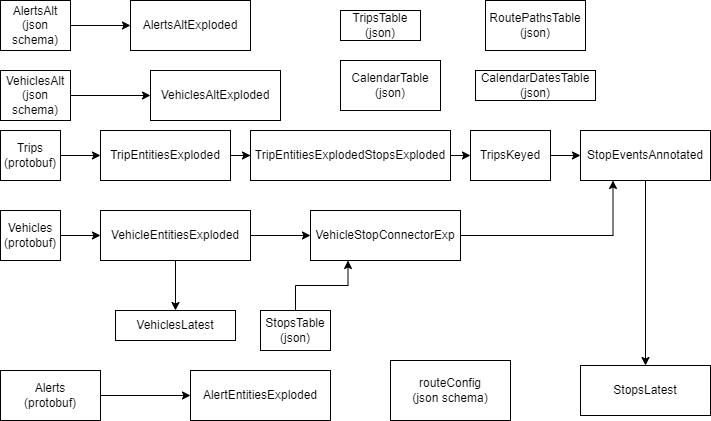
Before: Documentation/imgs/transportation_hub_streaming_etl.png, a diagram exported from draw.io (ResourceDataInc/TransportationHub). Source tidied: cells renumbered, new cells last; positions are measured from the earlier drawing's top-left corner, leaving out a move shared by most shapes.
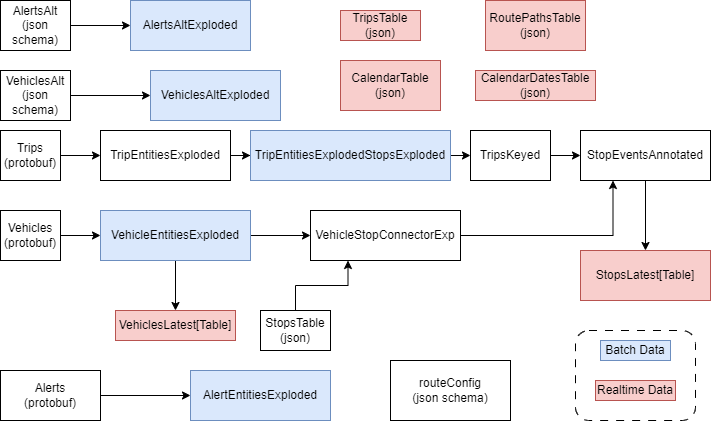
The same diagram one commit later.

Commit message:
update tables with legend

What changed in the source:
```diff
@@ -32,7 +32,7 @@
     <mxCell id="11" style="edgeStyle=orthogonalEdgeStyle;rounded=0;jettySize=auto;html=1;exitX=0.5;exitY=1;exitDx=0;exitDy=0;entryX=0.5;entryY=0;entryDx=0;entryDy=0;" parent="1" edge="1" source="12" target="36">
       <mxGeometry relative="1" as="geometry" />
     </mxCell>
-    <mxCell id="12" value="VehicleEntitiesExploded" style="rounded=0;whiteSpace=wrap;html=1;" parent="1" vertex="1">
+    <mxCell id="12" value="VehicleEntitiesExploded" style="rounded=0;whiteSpace=wrap;html=1;fillColor=#dae8fc;strokeColor=#6c8ebf;" parent="1" vertex="1">
       <mxGeometry x="100" y="210" width="150" height="50" as="geometry" />
     </mxCell>
     <mxCell id="13" style="edgeStyle=orthogonalEdgeStyle;rounded=0;jettySize=auto;html=1;exitX=0.5;exitY=0;exitDx=0;exitDy=0;entryX=0.25;entryY=1;entryDx=0;entryDy=0;" parent="1" edge="1" source="14" target="16">
@@ -47,10 +47,10 @@
     <mxCell id="16" value="VehicleStopConnectorExp" style="rounded=0;whiteSpace=wrap;html=1;" parent="1" vertex="1">
       <mxGeometry x="310" y="210" width="150" height="50" as="geometry" />
     </mxCell>
-    <mxCell id="17" value="CalendarTable&lt;br&gt;(json)" style="rounded=0;whiteSpace=wrap;html=1;" parent="1" vertex="1">
+    <mxCell id="17" value="CalendarTable&lt;br&gt;(json)" style="rounded=0;whiteSpace=wrap;html=1;fillColor=#f8cecc;strokeColor=#b85450;" parent="1" vertex="1">
       <mxGeometry x="340" y="60" width="100" height="50" as="geometry" />
     </mxCell>
-    <mxCell id="18" value="RoutePathsTable&lt;br&gt;(json)" style="rounded=0;whiteSpace=wrap;html=1;" parent="1" vertex="1">
+    <mxCell id="18" value="RoutePathsTable&lt;br&gt;(json)" style="rounded=0;whiteSpace=wrap;html=1;fillColor=#f8cecc;strokeColor=#b85450;" parent="1" vertex="1">
       <mxGeometry x="485" width="100" height="50" as="geometry" />
     </mxCell>
     <mxCell id="19" style="edgeStyle=orthogonalEdgeStyle;rounded=0;jettySize=auto;html=1;exitX=1;exitY=0.5;exitDx=0;exitDy=0;" parent="1" edge="1" source="20" target="21">
@@ -59,7 +59,7 @@
     <mxCell id="20" value="Alerts&lt;br&gt;(protobuf)" style="rounded=0;whiteSpace=wrap;html=1;" parent="1" vertex="1">
       <mxGeometry y="370" width="100" height="50" as="geometry" />
     </mxCell>
-    <mxCell id="21" value="AlertEntitiesExploded" style="rounded=0;whiteSpace=wrap;html=1;" parent="1" vertex="1">
+    <mxCell id="21" value="AlertEntitiesExploded" style="rounded=0;whiteSpace=wrap;html=1;fillColor=#dae8fc;strokeColor=#6c8ebf;" parent="1" vertex="1">
       <mxGeometry x="190" y="370" width="140" height="50" as="geometry" />
     </mxCell>
     <mxCell id="22" style="edgeStyle=orthogonalEdgeStyle;rounded=0;jettySize=auto;html=1;exitX=1;exitY=0.5;exitDx=0;exitDy=0;entryX=0;entryY=0.5;entryDx=0;entryDy=0;" parent="1" edge="1" source="23" target="24">
@@ -68,19 +68,19 @@
     <mxCell id="23" value="VehiclesAlt (json schema)" style="rounded=0;whiteSpace=wrap;html=1;" parent="1" vertex="1">
       <mxGeometry y="70" width="70" height="50" as="geometry" />
     </mxCell>
-    <mxCell id="24" value="VehiclesAltExploded" style="rounded=0;whiteSpace=wrap;html=1;" parent="1" vertex="1">
+    <mxCell id="24" value="VehiclesAltExploded" style="rounded=0;whiteSpace=wrap;html=1;fillColor=#dae8fc;strokeColor=#6c8ebf;" parent="1" vertex="1">
       <mxGeometry x="150" y="70" width="130" height="50" as="geometry" />
     </mxCell>
-    <mxCell id="25" value="TripsTable&lt;br&gt;(json)" style="rounded=0;whiteSpace=wrap;html=1;" parent="1" vertex="1">
+    <mxCell id="25" value="TripsTable&lt;br&gt;(json)" style="rounded=0;whiteSpace=wrap;html=1;fillColor=#f8cecc;strokeColor=#b85450;" parent="1" vertex="1">
       <mxGeometry x="340" y="10" width="80" height="30" as="geometry" />
     </mxCell>
-    <mxCell id="26" value="CalendarDatesTable&lt;br&gt;(json)" style="rounded=0;whiteSpace=wrap;html=1;" parent="1" vertex="1">
+    <mxCell id="26" value="CalendarDatesTable&lt;br&gt;(json)" style="rounded=0;whiteSpace=wrap;html=1;fillColor=#f8cecc;strokeColor=#b85450;" parent="1" vertex="1">
       <mxGeometry x="475" y="70" width="120" height="30" as="geometry" />
     </mxCell>
     <mxCell id="27" style="edgeStyle=orthogonalEdgeStyle;rounded=0;jettySize=auto;html=1;exitX=1;exitY=0.5;exitDx=0;exitDy=0;entryX=0;entryY=0.5;entryDx=0;entryDy=0;" parent="1" edge="1" source="28" target="6">
       <mxGeometry relative="1" as="geometry" />
     </mxCell>
-    <mxCell id="28" value="TripEntitiesExplodedStopsExploded" style="rounded=0;whiteSpace=wrap;html=1;" parent="1" vertex="1">
+    <mxCell id="28" value="TripEntitiesExplodedStopsExploded" style="rounded=0;whiteSpace=wrap;html=1;fillColor=#dae8fc;strokeColor=#6c8ebf;" parent="1" vertex="1">
       <mxGeometry x="250" y="130" width="200" height="50" as="geometry" />
     </mxCell>
     <mxCell id="29" style="edgeStyle=orthogonalEdgeStyle;rounded=0;jettySize=auto;html=1;exitX=0.5;exitY=1;exitDx=0;exitDy=0;entryX=0.5;entryY=0;entryDx=0;entryDy=0;" parent="1" edge="1" source="30" target="31">
@@ -89,8 +89,8 @@
     <mxCell id="30" value="StopEventsAnnotated" style="rounded=0;whiteSpace=wrap;html=1;" parent="1" vertex="1">
       <mxGeometry x="580" y="130" width="130" height="50" as="geometry" />
     </mxCell>
-    <mxCell id="31" value="StopsLatest" style="rounded=0;whiteSpace=wrap;html=1;" parent="1" vertex="1">
-      <mxGeometry x="580" y="365" width="130" height="50" as="geometry" />
+    <mxCell id="31" value="StopsLatest[Table]" style="rounded=0;whiteSpace=wrap;html=1;fillColor=#f8cecc;strokeColor=#b85450;" parent="1" vertex="1">
+      <mxGeometry x="580" y="250" width="130" height="50" as="geometry" />
     </mxCell>
     <mxCell id="32" style="edgeStyle=orthogonalEdgeStyle;rounded=0;jettySize=auto;html=1;exitX=1;exitY=0.5;exitDx=0;exitDy=0;entryX=0;entryY=0.5;entryDx=0;entryDy=0;" parent="1" edge="1" source="33" target="34">
       <mxGeometry relative="1" as="geometry" />
@@ -98,14 +98,23 @@
     <mxCell id="33" value="AlertsAlt (json schema)" style="rounded=0;whiteSpace=wrap;html=1;" parent="1" vertex="1">
       <mxGeometry width="70" height="50" as="geometry" />
     </mxCell>
-    <mxCell id="34" value="AlertsAltExploded" style="rounded=0;whiteSpace=wrap;html=1;" parent="1" vertex="1">
+    <mxCell id="34" value="AlertsAltExploded" style="rounded=0;whiteSpace=wrap;html=1;fillColor=#dae8fc;strokeColor=#6c8ebf;" parent="1" vertex="1">
       <mxGeometry x="130" width="120" height="50" as="geometry" />
     </mxCell>
     <mxCell id="35" value="routeConfig&lt;br&gt;(json schema)" style="rounded=0;whiteSpace=wrap;html=1;" parent="1" vertex="1">
       <mxGeometry x="390" y="360" width="120" height="60" as="geometry" />
     </mxCell>
-    <mxCell id="36" value="VehiclesLatest" style="rounded=0;whiteSpace=wrap;html=1;" parent="1" vertex="1">
+    <mxCell id="36" value="VehiclesLatest[Table]" style="rounded=0;whiteSpace=wrap;html=1;fillColor=#f8cecc;strokeColor=#b85450;" parent="1" vertex="1">
       <mxGeometry x="115" y="310" width="120" height="30" as="geometry" />
     </mxCell>
+    <mxCell id="37" style="rounded=1;whiteSpace=wrap;html=1;labelBorderColor=none;strokeWidth=1;dashed=1;dashPattern=8 8;" parent="1" vertex="1">
+      <mxGeometry x="575" y="330" width="120" height="90" as="geometry" />
+    </mxCell>
+    <mxCell id="38" value="Realtime Data" style="rounded=0;whiteSpace=wrap;html=1;fillColor=#f8cecc;strokeColor=#b85450;" parent="1" vertex="1">
+      <mxGeometry x="595" y="380" width="80" height="20" as="geometry" />
+    </mxCell>
+    <mxCell id="39" value="Batch Data" style="rounded=0;whiteSpace=wrap;html=1;fillColor=#dae8fc;strokeColor=#6c8ebf;align=center;" parent="1" vertex="1">
+      <mxGeometry x="600" y="340" width="70" height="20" as="geometry" />
+    </mxCell>
   </root>
 </mxGraphModel>
```
